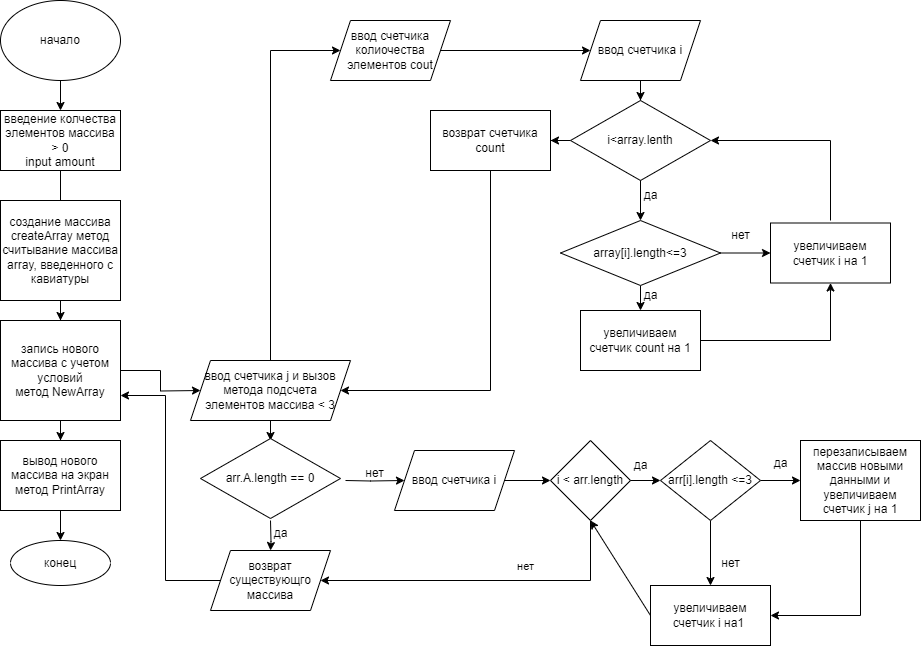
This is final_task_BlockScheme.png from Camysha/finaltask, a draw.io export, as it was before one commit. Source tidied: cells renumbered, new cells last; positions are measured from the earlier drawing's top-left corner, leaving out a move shared by most shapes. Source of this version:
```xml
<mxGraphModel>
  <root>
    <mxCell id="0" />
    <mxCell id="1" parent="0" />
    <mxCell id="2" style="edgeStyle=orthogonalEdgeStyle;rounded=0;jettySize=auto;html=1;" parent="1" edge="1" source="3" target="5">
      <mxGeometry relative="1" as="geometry" />
    </mxCell>
    <mxCell id="3" value="начало" style="ellipse;whiteSpace=wrap;html=1;" parent="1" vertex="1">
      <mxGeometry width="120" height="80" as="geometry" />
    </mxCell>
    <mxCell id="4" style="edgeStyle=orthogonalEdgeStyle;rounded=0;jettySize=auto;html=1;" parent="1" edge="1" source="5">
      <mxGeometry relative="1" as="geometry">
        <mxPoint x="60" y="240" as="targetPoint" />
      </mxGeometry>
    </mxCell>
    <mxCell id="5" value="введение колчества элементов массива &amp;gt; 0&lt;br&gt;input amount" style="whiteSpace=wrap;html=1;" parent="1" vertex="1">
      <mxGeometry y="110" width="120" height="60" as="geometry" />
    </mxCell>
    <mxCell id="6" style="edgeStyle=orthogonalEdgeStyle;rounded=0;jettySize=auto;html=1;" parent="1" edge="1" source="7" target="10">
      <mxGeometry relative="1" as="geometry" />
    </mxCell>
    <mxCell id="7" value="создание массива&lt;br&gt;createArray метод&lt;br&gt;считывание массива array, введенного с кавиатуры" style="whiteSpace=wrap;html=1;" parent="1" vertex="1">
      <mxGeometry y="200" width="120" height="100" as="geometry" />
    </mxCell>
    <mxCell id="8" style="edgeStyle=orthogonalEdgeStyle;rounded=0;jettySize=auto;html=1;" parent="1" edge="1" source="10" target="12">
      <mxGeometry relative="1" as="geometry" />
    </mxCell>
    <mxCell id="9" style="edgeStyle=orthogonalEdgeStyle;rounded=0;jettySize=auto;html=1;" parent="1" edge="1" source="10">
      <mxGeometry relative="1" as="geometry">
        <mxPoint x="200" y="390" as="targetPoint" />
      </mxGeometry>
    </mxCell>
    <mxCell id="10" value="запись нового массива с учетом условий&lt;br&gt;метод NewArray" style="whiteSpace=wrap;html=1;" parent="1" vertex="1">
      <mxGeometry y="320" width="120" height="100" as="geometry" />
    </mxCell>
    <mxCell id="11" style="edgeStyle=orthogonalEdgeStyle;rounded=0;jettySize=auto;html=1;" parent="1" edge="1" source="12" target="13">
      <mxGeometry relative="1" as="geometry" />
    </mxCell>
    <mxCell id="12" value="вывод нового массива на экран&lt;br&gt;метод PrintArray" style="whiteSpace=wrap;html=1;" parent="1" vertex="1">
      <mxGeometry y="440" width="120" height="70" as="geometry" />
    </mxCell>
    <mxCell id="13" value="конец" style="ellipse;whiteSpace=wrap;html=1;" parent="1" vertex="1">
      <mxGeometry x="10" y="540" width="100" height="45" as="geometry" />
    </mxCell>
    <mxCell id="14" style="edgeStyle=orthogonalEdgeStyle;rounded=0;jettySize=auto;html=1;" parent="1" edge="1" source="16">
      <mxGeometry relative="1" as="geometry">
        <mxPoint x="270" y="440" as="targetPoint" />
      </mxGeometry>
    </mxCell>
    <mxCell id="15" style="edgeStyle=orthogonalEdgeStyle;rounded=0;jettySize=auto;html=1;" parent="1" edge="1" source="16" target="41">
      <mxGeometry relative="1" as="geometry">
        <Array as="points">
          <mxPoint x="270" y="50" />
        </Array>
      </mxGeometry>
    </mxCell>
    <mxCell id="16" value="ввод счетчика j и вызов метода подсчета &lt;br&gt;элементов массива &amp;lt; 3" style="shape=parallelogram;perimeter=parallelogramPerimeter;whiteSpace=wrap;html=1;fixedSize=1;" parent="1" vertex="1">
      <mxGeometry x="190" y="360" width="160" height="60" as="geometry" />
    </mxCell>
    <mxCell id="17" style="edgeStyle=orthogonalEdgeStyle;rounded=0;jettySize=auto;html=1;" parent="1" edge="1" target="20">
      <mxGeometry relative="1" as="geometry">
        <mxPoint x="270" y="520" as="sourcePoint" />
      </mxGeometry>
    </mxCell>
    <mxCell id="18" style="edgeStyle=orthogonalEdgeStyle;rounded=0;jettySize=auto;html=1;" parent="1" edge="1" target="22">
      <mxGeometry relative="1" as="geometry">
        <mxPoint x="345" y="480" as="sourcePoint" />
      </mxGeometry>
    </mxCell>
    <mxCell id="19" style="edgeStyle=orthogonalEdgeStyle;rounded=0;jettySize=auto;html=1;entryX=1;entryY=0.75;entryDx=0;entryDy=0;" parent="1" edge="1" source="20" target="10">
      <mxGeometry relative="1" as="geometry" />
    </mxCell>
    <mxCell id="20" value="возврат существующго массива" style="shape=parallelogram;perimeter=parallelogramPerimeter;whiteSpace=wrap;html=1;fixedSize=1;" parent="1" vertex="1">
      <mxGeometry x="210" y="550" width="120" height="60" as="geometry" />
    </mxCell>
    <mxCell id="21" style="edgeStyle=orthogonalEdgeStyle;rounded=0;jettySize=auto;html=1;" parent="1" edge="1" source="22" target="28">
      <mxGeometry relative="1" as="geometry" />
    </mxCell>
    <mxCell id="22" value="ввод счетчика i" style="shape=parallelogram;perimeter=parallelogramPerimeter;whiteSpace=wrap;html=1;fixedSize=1;" parent="1" vertex="1">
      <mxGeometry x="394" y="450" width="120" height="60" as="geometry" />
    </mxCell>
    <mxCell id="23" value="да" style="text;html=1;align=center;verticalAlign=middle;strokeColor=none;fillColor=none;" parent="1" vertex="1">
      <mxGeometry x="260" y="518" width="40" height="30" as="geometry" />
    </mxCell>
    <mxCell id="24" value="нет" style="text;html=1;align=center;verticalAlign=middle;strokeColor=none;fillColor=none;" parent="1" vertex="1">
      <mxGeometry x="354" y="458" width="40" height="30" as="geometry" />
    </mxCell>
    <mxCell id="25" value="arr.A.length == 0" style="rhombus;whiteSpace=wrap;html=1;" parent="1" vertex="1">
      <mxGeometry x="200" y="438" width="140" height="80" as="geometry" />
    </mxCell>
    <mxCell id="26" style="edgeStyle=orthogonalEdgeStyle;rounded=0;jettySize=auto;html=1;exitX=0.5;exitY=1;exitDx=0;exitDy=0;entryX=1;entryY=0.5;entryDx=0;entryDy=0;" parent="1" edge="1" source="28" target="20">
      <mxGeometry relative="1" as="geometry">
        <Array as="points">
          <mxPoint x="590" y="580" />
        </Array>
      </mxGeometry>
    </mxCell>
    <mxCell id="27" value="нет&lt;span style=&quot;white-space: pre;&quot;&gt;&#9;&lt;/span&gt;" style="edgeLabel;html=1;align=center;verticalAlign=middle;" parent="26" vertex="1">
      <mxGeometry x="-0.03" relative="1" as="geometry">
        <mxPoint x="35" y="-15" as="offset" />
      </mxGeometry>
    </mxCell>
    <mxCell id="28" value="i &amp;lt; arr.length" style="rhombus;whiteSpace=wrap;html=1;" parent="1" vertex="1">
      <mxGeometry x="550" y="440" width="80" height="80" as="geometry" />
    </mxCell>
    <mxCell id="29" style="edgeStyle=orthogonalEdgeStyle;rounded=0;jettySize=auto;html=1;" parent="1" edge="1" source="31" target="34">
      <mxGeometry relative="1" as="geometry" />
    </mxCell>
    <mxCell id="30" style="edgeStyle=orthogonalEdgeStyle;rounded=0;jettySize=auto;html=1;" parent="1" edge="1" source="31" target="35">
      <mxGeometry relative="1" as="geometry" />
    </mxCell>
    <mxCell id="31" value="arr[i].length &amp;lt;=3" style="rhombus;whiteSpace=wrap;html=1;" parent="1" vertex="1">
      <mxGeometry x="660" y="440" width="100" height="80" as="geometry" />
    </mxCell>
    <mxCell id="32" value="да" style="text;html=1;align=center;verticalAlign=middle;strokeColor=none;fillColor=none;" parent="1" vertex="1">
      <mxGeometry x="620" y="450" width="40" height="30" as="geometry" />
    </mxCell>
    <mxCell id="33" style="endArrow=classic;html=1;rounded=0;exitX=1;exitY=0.5;exitDx=0;exitDy=0;entryX=0;entryY=0.5;entryDx=0;entryDy=0;" parent="1" edge="1" source="28" target="31">
      <mxGeometry relative="1" as="geometry" />
    </mxCell>
    <mxCell id="34" value="перезаписываем массив новыми данными и увеличиваем счетчик j на 1" style="whiteSpace=wrap;html=1;" parent="1" vertex="1">
      <mxGeometry x="800" y="440" width="120" height="80" as="geometry" />
    </mxCell>
    <mxCell id="35" value="увеличиваем счетчик i на1&amp;nbsp;" style="whiteSpace=wrap;html=1;" parent="1" vertex="1">
      <mxGeometry x="650" y="585" width="120" height="60" as="geometry" />
    </mxCell>
    <mxCell id="36" style="endArrow=classic;html=1;rounded=0;exitX=0;exitY=0.5;exitDx=0;exitDy=0;" parent="1" edge="1" source="35">
      <mxGeometry relative="1" as="geometry">
        <mxPoint x="590" y="520" as="targetPoint" />
      </mxGeometry>
    </mxCell>
    <mxCell id="37" style="endArrow=classic;html=1;rounded=0;exitX=0.5;exitY=1;exitDx=0;exitDy=0;entryX=1;entryY=0.5;entryDx=0;entryDy=0;" parent="1" edge="1" source="34" target="35">
      <mxGeometry relative="1" as="geometry">
        <Array as="points">
          <mxPoint x="860" y="615" />
        </Array>
      </mxGeometry>
    </mxCell>
    <mxCell id="38" value="нет" style="text;html=1;align=center;verticalAlign=middle;strokeColor=none;fillColor=none;" parent="1" vertex="1">
      <mxGeometry x="710" y="548" width="40" height="30" as="geometry" />
    </mxCell>
    <mxCell id="39" value="да" style="text;html=1;align=center;verticalAlign=middle;strokeColor=none;fillColor=none;" parent="1" vertex="1">
      <mxGeometry x="760" y="448" width="40" height="30" as="geometry" />
    </mxCell>
    <mxCell id="40" style="edgeStyle=orthogonalEdgeStyle;rounded=0;jettySize=auto;html=1;" parent="1" edge="1" source="41" target="43">
      <mxGeometry relative="1" as="geometry" />
    </mxCell>
    <mxCell id="41" value="ввод счетчика колиочества элементов cout" style="shape=parallelogram;perimeter=parallelogramPerimeter;whiteSpace=wrap;html=1;fixedSize=1;" parent="1" vertex="1">
      <mxGeometry x="330" y="20" width="120" height="60" as="geometry" />
    </mxCell>
    <mxCell id="42" style="edgeStyle=orthogonalEdgeStyle;rounded=0;jettySize=auto;html=1;" parent="1" edge="1" source="43" target="52">
      <mxGeometry relative="1" as="geometry" />
    </mxCell>
    <mxCell id="43" value="ввод счетчика i" style="shape=parallelogram;perimeter=parallelogramPerimeter;whiteSpace=wrap;html=1;fixedSize=1;" parent="1" vertex="1">
      <mxGeometry x="580" y="20" width="120" height="60" as="geometry" />
    </mxCell>
    <mxCell id="44" style="edgeStyle=orthogonalEdgeStyle;rounded=0;jettySize=auto;html=1;" parent="1" edge="1" source="46" target="47">
      <mxGeometry relative="1" as="geometry" />
    </mxCell>
    <mxCell id="45" style="edgeStyle=orthogonalEdgeStyle;rounded=0;jettySize=auto;html=1;" parent="1" edge="1" source="46" target="48">
      <mxGeometry relative="1" as="geometry" />
    </mxCell>
    <mxCell id="46" value="array[i].length&amp;lt;=3" style="rhombus;whiteSpace=wrap;html=1;" parent="1" vertex="1">
      <mxGeometry x="560" y="220" width="160" height="65" as="geometry" />
    </mxCell>
    <mxCell id="47" value="увеличиваем счетчик count на 1" style="whiteSpace=wrap;html=1;" parent="1" vertex="1">
      <mxGeometry x="580" y="310" width="120" height="60" as="geometry" />
    </mxCell>
    <mxCell id="48" value="увеличиваем счетчик i на 1" style="whiteSpace=wrap;html=1;" parent="1" vertex="1">
      <mxGeometry x="770" y="222.5" width="120" height="60" as="geometry" />
    </mxCell>
    <mxCell id="49" value="да" style="text;html=1;align=center;verticalAlign=middle;strokeColor=none;fillColor=none;" parent="1" vertex="1">
      <mxGeometry x="630" y="280" width="40" height="30" as="geometry" />
    </mxCell>
    <mxCell id="50" value="нет" style="text;html=1;align=center;verticalAlign=middle;strokeColor=none;fillColor=none;" parent="1" vertex="1">
      <mxGeometry x="720" y="220" width="40" height="30" as="geometry" />
    </mxCell>
    <mxCell id="51" style="edgeStyle=orthogonalEdgeStyle;rounded=0;jettySize=auto;html=1;" parent="1" edge="1" source="52" target="56">
      <mxGeometry relative="1" as="geometry" />
    </mxCell>
    <mxCell id="52" value="i&amp;lt;array.lenth" style="rhombus;whiteSpace=wrap;html=1;" parent="1" vertex="1">
      <mxGeometry x="570" y="100" width="140" height="80" as="geometry" />
    </mxCell>
    <mxCell id="53" style="endArrow=classic;html=1;rounded=0;exitX=0.5;exitY=1;exitDx=0;exitDy=0;entryX=0.5;entryY=0;entryDx=0;entryDy=0;" parent="1" edge="1" source="52" target="46">
      <mxGeometry relative="1" as="geometry" />
    </mxCell>
    <mxCell id="54" value="да" style="text;html=1;align=center;verticalAlign=middle;strokeColor=none;fillColor=none;" parent="1" vertex="1">
      <mxGeometry x="630" y="180" width="40" height="30" as="geometry" />
    </mxCell>
    <mxCell id="55" style="endArrow=classic;html=1;rounded=0;entryX=1;entryY=0.5;entryDx=0;entryDy=0;" parent="1" edge="1" target="52">
      <mxGeometry relative="1" as="geometry">
        <mxPoint x="830" y="220" as="sourcePoint" />
        <Array as="points">
          <mxPoint x="830" y="140" />
        </Array>
      </mxGeometry>
    </mxCell>
    <mxCell id="56" value="возврат счетчика count" style="whiteSpace=wrap;html=1;" parent="1" vertex="1">
      <mxGeometry x="430" y="110" width="120" height="60" as="geometry" />
    </mxCell>
    <mxCell id="57" style="endArrow=classic;html=1;rounded=0;exitX=0.5;exitY=1;exitDx=0;exitDy=0;" parent="1" edge="1" source="56" target="16">
      <mxGeometry relative="1" as="geometry">
        <Array as="points">
          <mxPoint x="490" y="390" />
        </Array>
      </mxGeometry>
    </mxCell>
    <mxCell id="58" style="endArrow=classic;html=1;rounded=0;exitX=1;exitY=0.5;exitDx=0;exitDy=0;entryX=0.5;entryY=1;entryDx=0;entryDy=0;" parent="1" edge="1" source="47" target="48">
      <mxGeometry relative="1" as="geometry">
        <Array as="points">
          <mxPoint x="830" y="340" />
        </Array>
      </mxGeometry>
    </mxCell>
  </root>
</mxGraphModel>
```
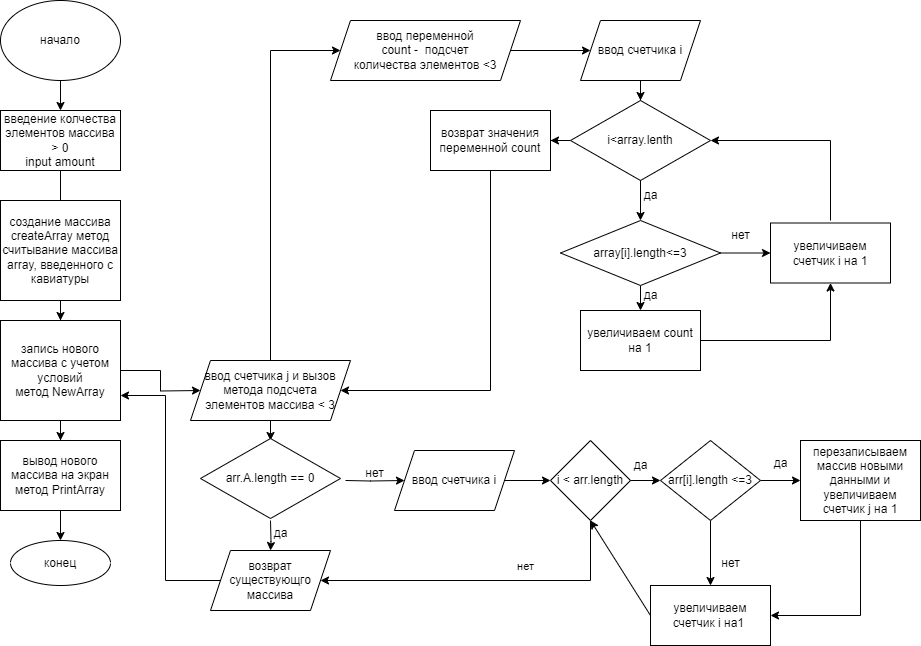
After the change.

Commit message:
запись файла readme

Diff of the diagram source:
```diff
@@ -145,8 +145,8 @@
     <mxCell id="40" style="edgeStyle=orthogonalEdgeStyle;rounded=0;jettySize=auto;html=1;" parent="1" edge="1" source="41" target="43">
       <mxGeometry relative="1" as="geometry" />
     </mxCell>
-    <mxCell id="41" value="ввод счетчика колиочества элементов cout" style="shape=parallelogram;perimeter=parallelogramPerimeter;whiteSpace=wrap;html=1;fixedSize=1;" parent="1" vertex="1">
-      <mxGeometry x="330" y="20" width="120" height="60" as="geometry" />
+    <mxCell id="41" value="ввод переменной &lt;br&gt;count -&amp;nbsp; подсчет &lt;br&gt;количества элементов &amp;lt;3" style="shape=parallelogram;perimeter=parallelogramPerimeter;whiteSpace=wrap;html=1;fixedSize=1;" parent="1" vertex="1">
+      <mxGeometry x="330" y="20" width="190" height="60" as="geometry" />
     </mxCell>
     <mxCell id="42" style="edgeStyle=orthogonalEdgeStyle;rounded=0;jettySize=auto;html=1;" parent="1" edge="1" source="43" target="52">
       <mxGeometry relative="1" as="geometry" />
@@ -163,7 +163,7 @@
     <mxCell id="46" value="array[i].length&amp;lt;=3" style="rhombus;whiteSpace=wrap;html=1;" parent="1" vertex="1">
       <mxGeometry x="560" y="220" width="160" height="65" as="geometry" />
     </mxCell>
-    <mxCell id="47" value="увеличиваем счетчик count на 1" style="whiteSpace=wrap;html=1;" parent="1" vertex="1">
+    <mxCell id="47" value="увеличиваем count на 1" style="whiteSpace=wrap;html=1;" parent="1" vertex="1">
       <mxGeometry x="580" y="310" width="120" height="60" as="geometry" />
     </mxCell>
     <mxCell id="48" value="увеличиваем счетчик i на 1" style="whiteSpace=wrap;html=1;" parent="1" vertex="1">
@@ -195,7 +195,7 @@
         </Array>
       </mxGeometry>
     </mxCell>
-    <mxCell id="56" value="возврат счетчика count" style="whiteSpace=wrap;html=1;" parent="1" vertex="1">
+    <mxCell id="56" value="возврат значения переменной count" style="whiteSpace=wrap;html=1;" parent="1" vertex="1">
       <mxGeometry x="430" y="110" width="120" height="60" as="geometry" />
     </mxCell>
     <mxCell id="57" style="endArrow=classic;html=1;rounded=0;exitX=0.5;exitY=1;exitDx=0;exitDy=0;" parent="1" edge="1" source="56" target="16">
```
